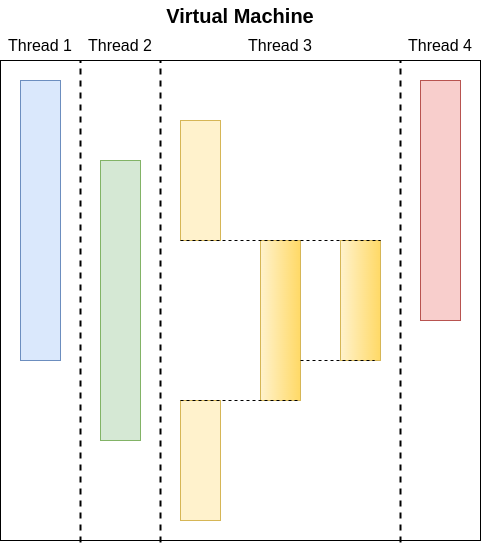
This is specification/src/assets/diagrams/VirtualMachine.png from epi-project/brane-documentation, a draw.io export, as it was before one commit. Source tidied: cells renumbered, new cells last; positions are measured from the earlier drawing's top-left corner, leaving out a move shared by most shapes. The source it was exported from:
```xml
<mxGraphModel>
  <root>
    <mxCell id="0" />
    <mxCell id="1" parent="0" />
    <mxCell id="2" style="rounded=0;whiteSpace=wrap;html=1;" parent="1" vertex="1">
      <mxGeometry y="60" width="480" height="480" as="geometry" />
    </mxCell>
    <mxCell id="3" style="rounded=0;whiteSpace=wrap;html=1;fillColor=#dae8fc;strokeColor=#6c8ebf;" parent="1" vertex="1">
      <mxGeometry x="20" y="80" width="40" height="280" as="geometry" />
    </mxCell>
    <mxCell id="4" style="rounded=0;whiteSpace=wrap;html=1;fillColor=#d5e8d4;strokeColor=#82b366;" parent="1" vertex="1">
      <mxGeometry x="100" y="160" width="40" height="280" as="geometry" />
    </mxCell>
    <mxCell id="5" style="rounded=0;whiteSpace=wrap;html=1;fillColor=#fff2cc;strokeColor=#d6b656;" parent="1" vertex="1">
      <mxGeometry x="180" y="120" width="40" height="120" as="geometry" />
    </mxCell>
    <mxCell id="6" style="rounded=0;whiteSpace=wrap;html=1;fillColor=#fff2cc;strokeColor=#d6b656;shadow=0;glass=0;gradientColor=#FFD966;gradientDirection=east;" parent="1" vertex="1">
      <mxGeometry x="260" y="240" width="40" height="160" as="geometry" />
    </mxCell>
    <mxCell id="7" style="rounded=0;whiteSpace=wrap;html=1;fillColor=#fff2cc;strokeColor=#d6b656;gradientColor=#FFD966;gradientDirection=east;" parent="1" vertex="1">
      <mxGeometry x="340" y="240" width="40" height="120" as="geometry" />
    </mxCell>
    <mxCell id="8" style="rounded=0;whiteSpace=wrap;html=1;fillColor=#fff2cc;strokeColor=#d6b656;" parent="1" vertex="1">
      <mxGeometry x="180" y="400" width="40" height="120" as="geometry" />
    </mxCell>
    <mxCell id="9" style="rounded=0;whiteSpace=wrap;html=1;fillColor=#f8cecc;strokeColor=#b85450;" parent="1" vertex="1">
      <mxGeometry x="420" y="80" width="40" height="240" as="geometry" />
    </mxCell>
    <mxCell id="10" style="endArrow=none;dashed=1;html=1;rounded=0;entryX=1;entryY=0;entryDx=0;entryDy=0;" parent="1" edge="1" target="7">
      <mxGeometry relative="1" as="geometry">
        <mxPoint x="180" y="240" as="sourcePoint" />
      </mxGeometry>
    </mxCell>
    <mxCell id="11" style="endArrow=none;dashed=1;html=1;rounded=0;entryX=1;entryY=0;entryDx=0;entryDy=0;" parent="1" edge="1">
      <mxGeometry relative="1" as="geometry">
        <mxPoint x="300" y="360" as="sourcePoint" />
        <mxPoint x="374" y="360" as="targetPoint" />
      </mxGeometry>
    </mxCell>
    <mxCell id="12" style="endArrow=none;dashed=1;html=1;rounded=0;entryX=1;entryY=0;entryDx=0;entryDy=0;exitX=0;exitY=0;exitDx=0;exitDy=0;" parent="1" edge="1" source="8">
      <mxGeometry relative="1" as="geometry">
        <mxPoint x="300" y="400" as="targetPoint" />
      </mxGeometry>
    </mxCell>
    <mxCell id="13" style="endArrow=none;dashed=1;html=1;strokeWidth=2;rounded=0;" parent="1" edge="1">
      <mxGeometry relative="1" as="geometry">
        <mxPoint x="80" y="542" as="sourcePoint" />
        <mxPoint x="80" y="60" as="targetPoint" />
      </mxGeometry>
    </mxCell>
    <mxCell id="14" style="endArrow=none;dashed=1;html=1;strokeWidth=2;rounded=0;" parent="1" edge="1">
      <mxGeometry relative="1" as="geometry">
        <mxPoint x="160" y="542" as="sourcePoint" />
        <mxPoint x="160" y="60" as="targetPoint" />
      </mxGeometry>
    </mxCell>
    <mxCell id="15" style="endArrow=none;dashed=1;html=1;strokeWidth=2;rounded=0;" parent="1" edge="1">
      <mxGeometry relative="1" as="geometry">
        <mxPoint x="400" y="542" as="sourcePoint" />
        <mxPoint x="400" y="60" as="targetPoint" />
      </mxGeometry>
    </mxCell>
    <mxCell id="16" value="Virtual Machine" style="text;html=1;strokeColor=none;fillColor=none;align=center;verticalAlign=middle;whiteSpace=wrap;rounded=0;fontSize=20;fontStyle=1;" parent="1" vertex="1">
      <mxGeometry width="480" height="30" as="geometry" />
    </mxCell>
    <mxCell id="17" value="&lt;span style=&quot;font-size: 16px;&quot;&gt;Thread 1&lt;/span&gt;" style="text;html=1;strokeColor=none;fillColor=none;align=center;verticalAlign=middle;whiteSpace=wrap;rounded=0;" parent="1" vertex="1">
      <mxGeometry y="30" width="80" height="30" as="geometry" />
    </mxCell>
    <mxCell id="18" value="&lt;span style=&quot;font-size: 16px;&quot;&gt;Thread 2&lt;/span&gt;" style="text;html=1;strokeColor=none;fillColor=none;align=center;verticalAlign=middle;whiteSpace=wrap;rounded=0;" parent="1" vertex="1">
      <mxGeometry x="80" y="30" width="80" height="30" as="geometry" />
    </mxCell>
    <mxCell id="19" value="&lt;span style=&quot;font-size: 16px;&quot;&gt;Thread 3&lt;/span&gt;" style="text;html=1;strokeColor=none;fillColor=none;align=center;verticalAlign=middle;whiteSpace=wrap;rounded=0;" parent="1" vertex="1">
      <mxGeometry x="160" y="30" width="240" height="30" as="geometry" />
    </mxCell>
    <mxCell id="20" value="&lt;span style=&quot;font-size: 16px;&quot;&gt;Thread 4&lt;/span&gt;" style="text;html=1;strokeColor=none;fillColor=none;align=center;verticalAlign=middle;whiteSpace=wrap;rounded=0;" parent="1" vertex="1">
      <mxGeometry x="400" y="30" width="80" height="30" as="geometry" />
    </mxCell>
  </root>
</mxGraphModel>
```
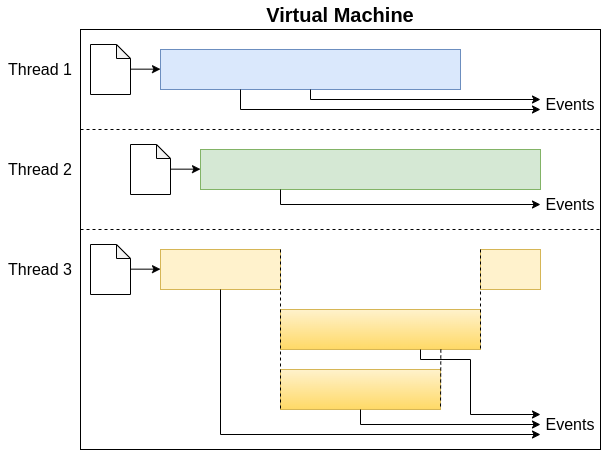
Above is the later version.

Diff of the diagram source:
```diff
@@ -3,77 +3,159 @@
     <mxCell id="0" />
     <mxCell id="1" parent="0" />
     <mxCell id="2" style="rounded=0;whiteSpace=wrap;html=1;" parent="1" vertex="1">
-      <mxGeometry y="60" width="480" height="480" as="geometry" />
+      <mxGeometry x="-20" y="-220" width="520" height="420" as="geometry" />
     </mxCell>
     <mxCell id="3" style="rounded=0;whiteSpace=wrap;html=1;fillColor=#dae8fc;strokeColor=#6c8ebf;" parent="1" vertex="1">
-      <mxGeometry x="20" y="80" width="40" height="280" as="geometry" />
+      <mxGeometry x="60" y="-200" width="300" height="40" as="geometry" />
     </mxCell>
-    <mxCell id="4" style="rounded=0;whiteSpace=wrap;html=1;fillColor=#d5e8d4;strokeColor=#82b366;" parent="1" vertex="1">
-      <mxGeometry x="100" y="160" width="40" height="280" as="geometry" />
-    </mxCell>
-    <mxCell id="5" style="rounded=0;whiteSpace=wrap;html=1;fillColor=#fff2cc;strokeColor=#d6b656;" parent="1" vertex="1">
-      <mxGeometry x="180" y="120" width="40" height="120" as="geometry" />
-    </mxCell>
-    <mxCell id="6" style="rounded=0;whiteSpace=wrap;html=1;fillColor=#fff2cc;strokeColor=#d6b656;shadow=0;glass=0;gradientColor=#FFD966;gradientDirection=east;" parent="1" vertex="1">
-      <mxGeometry x="260" y="240" width="40" height="160" as="geometry" />
-    </mxCell>
-    <mxCell id="7" style="rounded=0;whiteSpace=wrap;html=1;fillColor=#fff2cc;strokeColor=#d6b656;gradientColor=#FFD966;gradientDirection=east;" parent="1" vertex="1">
-      <mxGeometry x="340" y="240" width="40" height="120" as="geometry" />
-    </mxCell>
-    <mxCell id="8" style="rounded=0;whiteSpace=wrap;html=1;fillColor=#fff2cc;strokeColor=#d6b656;" parent="1" vertex="1">
-      <mxGeometry x="180" y="400" width="40" height="120" as="geometry" />
-    </mxCell>
-    <mxCell id="9" style="rounded=0;whiteSpace=wrap;html=1;fillColor=#f8cecc;strokeColor=#b85450;" parent="1" vertex="1">
-      <mxGeometry x="420" y="80" width="40" height="240" as="geometry" />
-    </mxCell>
-    <mxCell id="10" style="endArrow=none;dashed=1;html=1;rounded=0;entryX=1;entryY=0;entryDx=0;entryDy=0;" parent="1" edge="1" target="7">
-      <mxGeometry relative="1" as="geometry">
-        <mxPoint x="180" y="240" as="sourcePoint" />
-      </mxGeometry>
-    </mxCell>
-    <mxCell id="11" style="endArrow=none;dashed=1;html=1;rounded=0;entryX=1;entryY=0;entryDx=0;entryDy=0;" parent="1" edge="1">
-      <mxGeometry relative="1" as="geometry">
-        <mxPoint x="300" y="360" as="sourcePoint" />
-        <mxPoint x="374" y="360" as="targetPoint" />
-      </mxGeometry>
-    </mxCell>
-    <mxCell id="12" style="endArrow=none;dashed=1;html=1;rounded=0;entryX=1;entryY=0;entryDx=0;entryDy=0;exitX=0;exitY=0;exitDx=0;exitDy=0;" parent="1" edge="1" source="8">
-      <mxGeometry relative="1" as="geometry">
-        <mxPoint x="300" y="400" as="targetPoint" />
-      </mxGeometry>
-    </mxCell>
-    <mxCell id="13" style="endArrow=none;dashed=1;html=1;strokeWidth=2;rounded=0;" parent="1" edge="1">
-      <mxGeometry relative="1" as="geometry">
-        <mxPoint x="80" y="542" as="sourcePoint" />
-        <mxPoint x="80" y="60" as="targetPoint" />
-      </mxGeometry>
-    </mxCell>
-    <mxCell id="14" style="endArrow=none;dashed=1;html=1;strokeWidth=2;rounded=0;" parent="1" edge="1">
-      <mxGeometry relative="1" as="geometry">
-        <mxPoint x="160" y="542" as="sourcePoint" />
-        <mxPoint x="160" y="60" as="targetPoint" />
-      </mxGeometry>
-    </mxCell>
-    <mxCell id="15" style="endArrow=none;dashed=1;html=1;strokeWidth=2;rounded=0;" parent="1" edge="1">
-      <mxGeometry relative="1" as="geometry">
-        <mxPoint x="400" y="542" as="sourcePoint" />
-        <mxPoint x="400" y="60" as="targetPoint" />
-      </mxGeometry>
-    </mxCell>
     <mxCell id="16" value="Virtual Machine" style="text;html=1;strokeColor=none;fillColor=none;align=center;verticalAlign=middle;whiteSpace=wrap;rounded=0;fontSize=20;fontStyle=1;" parent="1" vertex="1">
-      <mxGeometry width="480" height="30" as="geometry" />
+      <mxGeometry x="-20" y="-250" width="520" height="30" as="geometry" />
     </mxCell>
     <mxCell id="17" value="&lt;span style=&quot;font-size: 16px;&quot;&gt;Thread 1&lt;/span&gt;" style="text;html=1;strokeColor=none;fillColor=none;align=center;verticalAlign=middle;whiteSpace=wrap;rounded=0;" parent="1" vertex="1">
-      <mxGeometry y="30" width="80" height="30" as="geometry" />
+      <mxGeometry x="-100" y="-195" width="80" height="30" as="geometry" />
     </mxCell>
     <mxCell id="18" value="&lt;span style=&quot;font-size: 16px;&quot;&gt;Thread 2&lt;/span&gt;" style="text;html=1;strokeColor=none;fillColor=none;align=center;verticalAlign=middle;whiteSpace=wrap;rounded=0;" parent="1" vertex="1">
-      <mxGeometry x="80" y="30" width="80" height="30" as="geometry" />
+      <mxGeometry x="-100" y="-95" width="80" height="30" as="geometry" />
     </mxCell>
     <mxCell id="19" value="&lt;span style=&quot;font-size: 16px;&quot;&gt;Thread 3&lt;/span&gt;" style="text;html=1;strokeColor=none;fillColor=none;align=center;verticalAlign=middle;whiteSpace=wrap;rounded=0;" parent="1" vertex="1">
-      <mxGeometry x="160" y="30" width="240" height="30" as="geometry" />
+      <mxGeometry x="-100" y="5" width="80" height="30" as="geometry" />
     </mxCell>
-    <mxCell id="20" value="&lt;span style=&quot;font-size: 16px;&quot;&gt;Thread 4&lt;/span&gt;" style="text;html=1;strokeColor=none;fillColor=none;align=center;verticalAlign=middle;whiteSpace=wrap;rounded=0;" parent="1" vertex="1">
-      <mxGeometry x="400" y="30" width="80" height="30" as="geometry" />
-    </mxCell>
+    <mxCell id="4" style="rounded=0;whiteSpace=wrap;html=1;fillColor=#d5e8d4;strokeColor=#82b366;" parent="1" vertex="1">
+      <mxGeometry x="100" y="-100" width="340" height="40" as="geometry" />
+    </mxCell>
+    <mxCell id="5" style="rounded=0;whiteSpace=wrap;html=1;fillColor=#fff2cc;strokeColor=#d6b656;" parent="1" vertex="1">
+      <mxGeometry x="60" width="120" height="40" as="geometry" />
+    </mxCell>
+    <mxCell id="21" style="rounded=0;whiteSpace=wrap;html=1;fillColor=#fff2cc;strokeColor=#d6b656;shadow=0;glass=0;gradientColor=#FFD966;gradientDirection=south;" parent="1" vertex="1">
+      <mxGeometry x="180" y="60" width="200" height="40" as="geometry" />
+    </mxCell>
+    <mxCell id="22" style="rounded=0;whiteSpace=wrap;html=1;fillColor=#fff2cc;strokeColor=#d6b656;shadow=0;glass=0;gradientColor=#FFD966;gradientDirection=south;" parent="1" vertex="1">
+      <mxGeometry x="180" y="120" width="160" height="40" as="geometry" />
+    </mxCell>
+    <mxCell id="23" style="rounded=0;whiteSpace=wrap;html=1;fillColor=#fff2cc;strokeColor=#d6b656;" parent="1" vertex="1">
+      <mxGeometry x="380" width="60" height="40" as="geometry" />
+    </mxCell>
+    <mxCell id="10" style="endArrow=none;dashed=1;html=1;rounded=0;" parent="1" edge="1">
+      <mxGeometry relative="1" as="geometry">
+        <mxPoint x="180" as="sourcePoint" />
+        <mxPoint x="180" y="160" as="targetPoint" />
+      </mxGeometry>
+    </mxCell>
+    <mxCell id="24" style="endArrow=none;dashed=1;html=1;rounded=0;" parent="1" edge="1">
+      <mxGeometry relative="1" as="geometry">
+        <mxPoint x="380" as="sourcePoint" />
+        <mxPoint x="380" y="100" as="targetPoint" />
+      </mxGeometry>
+    </mxCell>
+    <mxCell id="25" style="endArrow=none;dashed=1;html=1;rounded=0;" parent="1" edge="1">
+      <mxGeometry relative="1" as="geometry">
+        <mxPoint x="340.3" y="100" as="sourcePoint" />
+        <mxPoint x="340" y="160" as="targetPoint" />
+      </mxGeometry>
+    </mxCell>
+    <mxCell id="26" style="endArrow=none;dashed=1;html=1;rounded=0;" parent="1" edge="1">
+      <mxGeometry relative="1" as="geometry">
+        <mxPoint x="-20" y="-20" as="sourcePoint" />
+        <mxPoint x="500" y="-20" as="targetPoint" />
+      </mxGeometry>
+    </mxCell>
+    <mxCell id="27" style="endArrow=none;dashed=1;html=1;rounded=0;" parent="1" edge="1">
+      <mxGeometry relative="1" as="geometry">
+        <mxPoint x="-20" y="-120" as="sourcePoint" />
+        <mxPoint x="500" y="-120" as="targetPoint" />
+      </mxGeometry>
+    </mxCell>
+    <mxCell id="28" style="shape=note;whiteSpace=wrap;html=1;backgroundOutline=1;darkOpacity=0.05;size=14;" parent="1" vertex="1">
+      <mxGeometry x="-10" y="-205" width="40" height="50" as="geometry" />
+    </mxCell>
+    <mxCell id="29" style="shape=note;whiteSpace=wrap;html=1;backgroundOutline=1;darkOpacity=0.05;size=14;" parent="1" vertex="1">
+      <mxGeometry x="30" y="-105" width="40" height="50" as="geometry" />
+    </mxCell>
+    <mxCell id="30" style="shape=note;whiteSpace=wrap;html=1;backgroundOutline=1;darkOpacity=0.05;size=14;" parent="1" vertex="1">
+      <mxGeometry x="-10" y="-5" width="40" height="50" as="geometry" />
+    </mxCell>
+    <mxCell id="31" style="endArrow=classic;html=1;rounded=0;" parent="1" edge="1">
+      <mxGeometry relative="1" as="geometry">
+        <mxPoint x="30" y="-180.3" as="sourcePoint" />
+        <mxPoint x="60" y="-180.3" as="targetPoint" />
+      </mxGeometry>
+    </mxCell>
+    <mxCell id="32" style="endArrow=classic;html=1;rounded=0;" parent="1" edge="1">
+      <mxGeometry relative="1" as="geometry">
+        <mxPoint x="70" y="-80.3" as="sourcePoint" />
+        <mxPoint x="100" y="-80.3" as="targetPoint" />
+      </mxGeometry>
+    </mxCell>
+    <mxCell id="33" style="endArrow=classic;html=1;rounded=0;" parent="1" edge="1">
+      <mxGeometry relative="1" as="geometry">
+        <mxPoint x="30" y="19.7" as="sourcePoint" />
+        <mxPoint x="60" y="19.7" as="targetPoint" />
+      </mxGeometry>
+    </mxCell>
+    <mxCell id="34" style="endArrow=classic;html=1;rounded=0;" parent="1" edge="1">
+      <mxGeometry relative="1" as="geometry">
+        <mxPoint x="140" y="-160" as="sourcePoint" />
+        <mxPoint x="440" y="-140" as="targetPoint" />
+        <Array as="points">
+          <mxPoint x="140" y="-140" />
+        </Array>
+      </mxGeometry>
+    </mxCell>
+    <mxCell id="35" style="endArrow=classic;html=1;rounded=0;" parent="1" edge="1">
+      <mxGeometry relative="1" as="geometry">
+        <mxPoint x="210" y="-160" as="sourcePoint" />
+        <mxPoint x="440" y="-150" as="targetPoint" />
+        <Array as="points">
+          <mxPoint x="210" y="-150" />
+        </Array>
+      </mxGeometry>
+    </mxCell>
+    <mxCell id="36" value="Events" style="text;html=1;strokeColor=none;fillColor=none;align=center;verticalAlign=middle;whiteSpace=wrap;rounded=0;fontSize=16;" parent="1" vertex="1">
+      <mxGeometry x="440" y="-160" width="60" height="30" as="geometry" />
+    </mxCell>
+    <mxCell id="37" value="Events" style="text;html=1;strokeColor=none;fillColor=none;align=center;verticalAlign=middle;whiteSpace=wrap;rounded=0;fontSize=16;" parent="1" vertex="1">
+      <mxGeometry x="440" y="-60" width="60" height="30" as="geometry" />
+    </mxCell>
+    <mxCell id="38" style="endArrow=classic;html=1;rounded=0;" parent="1" edge="1">
+      <mxGeometry relative="1" as="geometry">
+        <mxPoint x="180" y="-60" as="sourcePoint" />
+        <mxPoint x="440" y="-45" as="targetPoint" />
+        <Array as="points">
+          <mxPoint x="180" y="-45" />
+        </Array>
+      </mxGeometry>
+    </mxCell>
+    <mxCell id="39" value="Events" style="text;html=1;strokeColor=none;fillColor=none;align=center;verticalAlign=middle;whiteSpace=wrap;rounded=0;fontSize=16;" parent="1" vertex="1">
+      <mxGeometry x="440" y="160" width="60" height="30" as="geometry" />
+    </mxCell>
+    <mxCell id="40" style="endArrow=classic;html=1;rounded=0;" parent="1" edge="1">
+      <mxGeometry relative="1" as="geometry">
+        <mxPoint x="260" y="160" as="sourcePoint" />
+        <mxPoint x="440" y="175" as="targetPoint" />
+        <Array as="points">
+          <mxPoint x="260" y="175" />
+        </Array>
+      </mxGeometry>
+    </mxCell>
+    <mxCell id="41" style="endArrow=classic;html=1;rounded=0;" parent="1" edge="1">
+      <mxGeometry relative="1" as="geometry">
+        <mxPoint x="120" y="40" as="sourcePoint" />
+        <mxPoint x="440" y="185" as="targetPoint" />
+        <Array as="points">
+          <mxPoint x="120" y="185" />
+        </Array>
+      </mxGeometry>
+    </mxCell>
+    <mxCell id="42" style="endArrow=classic;html=1;rounded=0;" parent="1" edge="1">
+      <mxGeometry relative="1" as="geometry">
+        <mxPoint x="320" y="100" as="sourcePoint" />
+        <mxPoint x="440" y="165" as="targetPoint" />
+        <Array as="points">
+          <mxPoint x="320" y="110" />
+          <mxPoint x="370" y="110" />
+          <mxPoint x="370" y="165" />
+        </Array>
+      </mxGeometry>
+    </mxCell>
   </root>
 </mxGraphModel>
```
